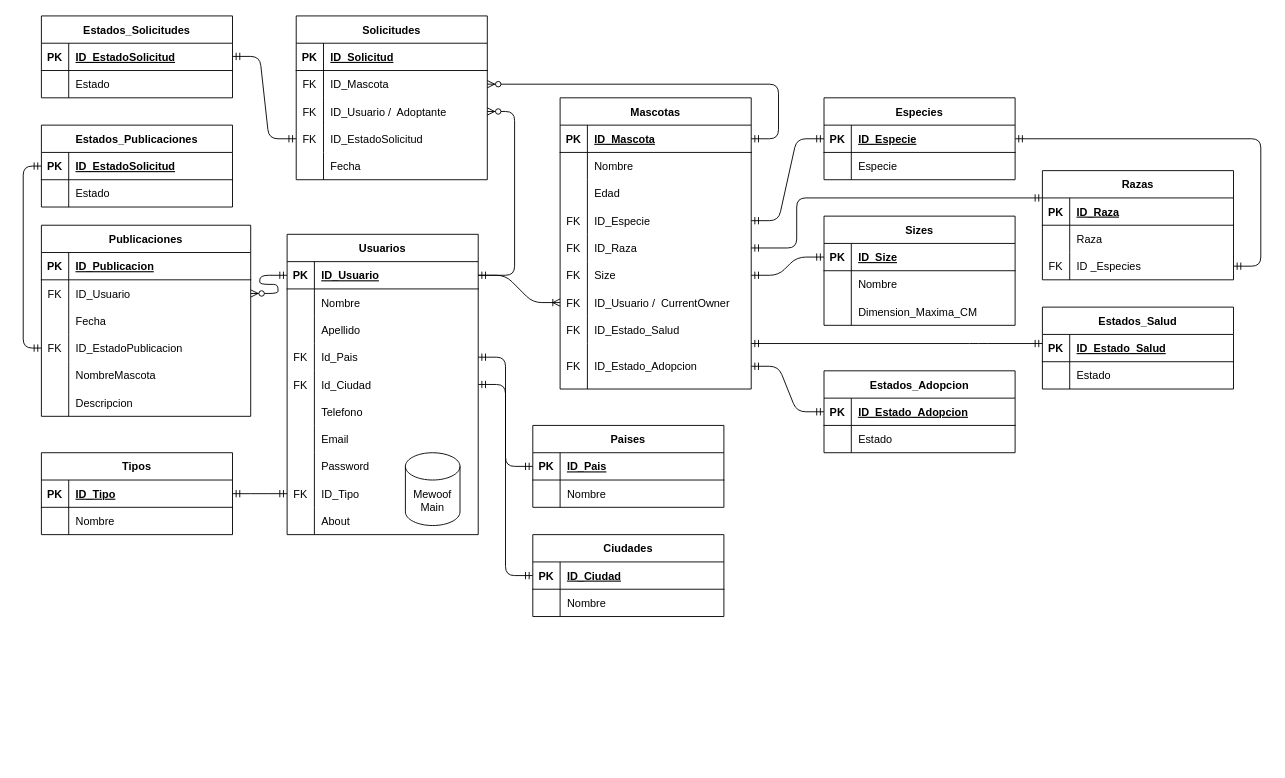
Above: modeloBD.drawio in StevenMendezV/mewoof-database (draw.io), before the change. Source tidied: cells renumbered, new cells numbered last; positions are measured from the earlier drawing's top-left corner, leaving out a move shared by most shapes. Both pictures are drawn from the tidied source at 91%, with x=0, y=0 at pixel (23, 15).
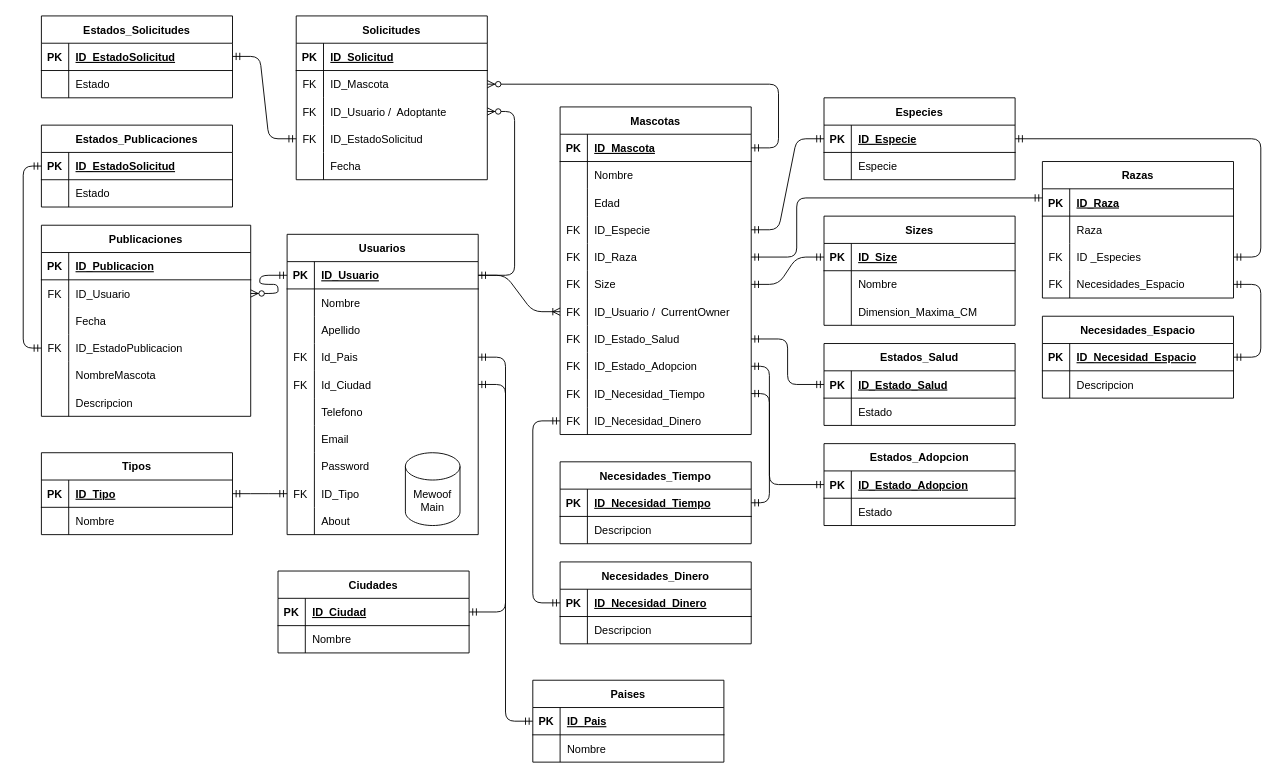
The same diagram, later.

Commit message:
Ajuste en modelo BD

Unchanged cells that the change refers to:
```xml
<mxCell id="55" style="shape=tableRow;horizontal=0;startSize=0;swimlaneHead=0;swimlaneBody=0;fillColor=none;points=[[0,0.5],[1,0.5]];portConstraint=eastwest;top=0;left=0;right=0;bottom=0;" parent="33" vertex="1">
  <mxGeometry y="240" width="210" height="30" as="geometry" />
</mxCell>
<mxCell id="119" style="shape=tableRow;horizontal=0;startSize=0;swimlaneHead=0;swimlaneBody=0;fillColor=none;points=[[0,0.5],[1,0.5]];portConstraint=eastwest;top=0;left=0;right=0;bottom=1;" parent="118" vertex="1">
  <mxGeometry y="30" width="210" height="30" as="geometry" />
</mxCell>
<mxCell id="126" style="shape=tableRow;horizontal=0;startSize=0;swimlaneHead=0;swimlaneBody=0;fillColor=none;points=[[0,0.5],[1,0.5]];portConstraint=eastwest;top=0;left=0;right=0;bottom=1;" parent="125" vertex="1">
  <mxGeometry y="30" width="210" height="30" as="geometry" />
</mxCell>
```

Change to the diagram source:
```diff
@@
     <mxCell id="33" value="Mascotas" style="shape=table;startSize=30;childLayout=tableLayout;rowLines=0;fontStyle=1;align=center;" parent="1" vertex="1">
-      <mxGeometry x="590" y="90" width="210" height="320" as="geometry" />
+      <mxGeometry x="590" y="100" width="210" height="360" as="geometry" />
     </mxCell>
@@
     <mxCell id="58" style="shape=tableRow;horizontal=0;startSize=0;swimlaneHead=0;swimlaneBody=0;fillColor=none;points=[[0,0.5],[1,0.5]];portConstraint=eastwest;top=0;left=0;right=0;bottom=0;" parent="33" vertex="1">
-      <mxGeometry y="270" width="210" height="50" as="geometry" />
+      <mxGeometry y="270" width="210" height="30" as="geometry" />
     </mxCell>
     <mxCell id="59" value="FK" style="shape=partialRectangle;fillColor=none;top=0;left=0;bottom=0;right=0;overflow=hidden;" parent="58" vertex="1">
-      <mxGeometry width="30" height="50" as="geometry" />
+      <mxGeometry width="30" height="30" as="geometry" />
     </mxCell>
     <mxCell id="60" value="ID_Estado_Adopcion" style="shape=partialRectangle;fillColor=none;top=0;left=0;bottom=0;right=0;align=left;spacingLeft=6;overflow=hidden;" parent="58" vertex="1">
-      <mxGeometry x="30" width="180" height="50" as="geometry" />
+      <mxGeometry x="30" width="180" height="30" as="geometry" />
     </mxCell>
+    <mxCell id="189" style="shape=tableRow;horizontal=0;startSize=0;swimlaneHead=0;swimlaneBody=0;fillColor=none;points=[[0,0.5],[1,0.5]];portConstraint=eastwest;top=0;left=0;right=0;bottom=0;" parent="33" vertex="1">
+      <mxGeometry y="300" width="210" height="30" as="geometry" />
+    </mxCell>
+    <mxCell id="190" value="FK" style="shape=partialRectangle;fillColor=none;top=0;left=0;bottom=0;right=0;overflow=hidden;" parent="189" vertex="1">
+      <mxGeometry width="30" height="30" as="geometry" />
+    </mxCell>
+    <mxCell id="191" value="ID_Necesidad_Tiempo" style="shape=partialRectangle;fillColor=none;top=0;left=0;bottom=0;right=0;align=left;spacingLeft=6;overflow=hidden;" parent="189" vertex="1">
+      <mxGeometry x="30" width="180" height="30" as="geometry" />
+    </mxCell>
+    <mxCell id="192" style="shape=tableRow;horizontal=0;startSize=0;swimlaneHead=0;swimlaneBody=0;fillColor=none;points=[[0,0.5],[1,0.5]];portConstraint=eastwest;top=0;left=0;right=0;bottom=0;" parent="33" vertex="1">
+      <mxGeometry y="330" width="210" height="30" as="geometry" />
+    </mxCell>
+    <mxCell id="193" value="FK" style="shape=partialRectangle;fillColor=none;top=0;left=0;bottom=0;right=0;overflow=hidden;" parent="192" vertex="1">
+      <mxGeometry width="30" height="30" as="geometry" />
+    </mxCell>
+    <mxCell id="194" value="ID_Necesidad_Dinero" style="shape=partialRectangle;fillColor=none;top=0;left=0;bottom=0;right=0;align=left;spacingLeft=6;overflow=hidden;" parent="192" vertex="1">
+      <mxGeometry x="30" width="180" height="30" as="geometry" />
+    </mxCell>
@@
     <mxCell id="108" value="Razas" style="shape=table;startSize=30;childLayout=tableLayout;rowLines=0;fontStyle=1;align=center;" parent="1" vertex="1">
-      <mxGeometry x="1120" y="170" width="210" height="120" as="geometry" />
+      <mxGeometry x="1120" y="160" width="210" height="150" as="geometry" />
     </mxCell>
@@
+    <mxCell id="195" style="shape=tableRow;horizontal=0;startSize=0;swimlaneHead=0;swimlaneBody=0;fillColor=none;points=[[0,0.5],[1,0.5]];portConstraint=eastwest;top=0;left=0;right=0;bottom=0;" parent="108" vertex="1">
+      <mxGeometry y="120" width="210" height="30" as="geometry" />
+    </mxCell>
+    <mxCell id="196" value="FK" style="shape=partialRectangle;fillColor=none;top=0;left=0;bottom=0;right=0;overflow=hidden;" parent="195" vertex="1">
+      <mxGeometry width="30" height="30" as="geometry" />
+    </mxCell>
+    <mxCell id="197" value="Necesidades_Espacio" style="shape=partialRectangle;fillColor=none;top=0;left=0;bottom=0;right=0;align=left;spacingLeft=6;overflow=hidden;" parent="195" vertex="1">
+      <mxGeometry x="30" width="180" height="30" as="geometry" />
+    </mxCell>
     <mxCell id="118" value="Estados_Adopcion" style="shape=table;startSize=30;childLayout=tableLayout;rowLines=0;fontStyle=1;align=center;" parent="1" vertex="1">
-      <mxGeometry x="880" y="390" width="210" height="90" as="geometry" />
+      <mxGeometry x="880" y="470" width="210" height="90" as="geometry" />
     </mxCell>
@@
     <mxCell id="125" value="Estados_Salud" style="shape=table;startSize=30;childLayout=tableLayout;rowLines=0;fontStyle=1;align=center;" parent="1" vertex="1">
-      <mxGeometry x="1120" y="320" width="210" height="90" as="geometry" />
+      <mxGeometry x="880" y="360" width="210" height="90" as="geometry" />
     </mxCell>
@@
-    <mxCell id="135" style="edgeStyle=elbowEdgeStyle;fontSize=12;html=1;endArrow=ERmandOne;endFill=0;startArrow=ERmandOne;startFill=0;elbow=vertical;" parent="1" edge="1" source="126" target="55">
-      <mxGeometry relative="1" as="geometry">
-        <Array as="points">
-          <mxPoint x="1050" y="360" />
-          <mxPoint x="1060" y="370" />
-          <mxPoint x="870" y="360" />
-          <mxPoint x="920" y="365" />
-          <mxPoint x="1090" y="380" />
-          <mxPoint x="1160" y="450" />
-        </Array>
-      </mxGeometry>
+    <mxCell id="135" style="edgeStyle=elbowEdgeStyle;fontSize=12;html=1;endArrow=ERmandOne;endFill=0;startArrow=ERmandOne;startFill=0;" parent="1" edge="1" source="126" target="55">
+      <mxGeometry relative="1" as="geometry" />
     </mxCell>
-    <mxCell id="136" style="edgeStyle=entityRelationEdgeStyle;fontSize=12;html=1;endArrow=ERmandOne;endFill=0;startArrow=ERmandOne;startFill=0;" parent="1" edge="1" source="119" target="58">
-      <mxGeometry relative="1" as="geometry" />
+    <mxCell id="136" style="edgeStyle=elbowEdgeStyle;fontSize=12;html=1;endArrow=ERmandOne;endFill=0;startArrow=ERmandOne;startFill=0;" parent="1" edge="1" source="119" target="58">
+      <mxGeometry relative="1" as="geometry">
+        <Array as="points">
+          <mxPoint x="820" y="450" />
+        </Array>
+      </mxGeometry>
     </mxCell>
     <mxCell id="137" value="Paises" style="shape=table;startSize=30;childLayout=tableLayout;rowLines=0;fontStyle=1;align=center;" parent="1" vertex="1">
-      <mxGeometry x="560" y="450" width="210" height="90" as="geometry" />
+      <mxGeometry x="560" y="730" width="210" height="90" as="geometry" />
     </mxCell>
@@
     <mxCell id="145" value="Ciudades" style="shape=table;startSize=30;childLayout=tableLayout;rowLines=0;fontStyle=1;align=center;" parent="1" vertex="1">
-      <mxGeometry x="560" y="570" width="210" height="90" as="geometry" />
+      <mxGeometry x="280" y="610" width="210" height="90" as="geometry" />
     </mxCell>
@@
+    <mxCell id="198" value="Necesidades_Espacio" style="shape=table;startSize=30;childLayout=tableLayout;rowLines=0;fontStyle=1;align=center;" parent="1" vertex="1">
+      <mxGeometry x="1120" y="330" width="210" height="90" as="geometry" />
+    </mxCell>
+    <mxCell id="199" style="shape=tableRow;horizontal=0;startSize=0;swimlaneHead=0;swimlaneBody=0;fillColor=none;points=[[0,0.5],[1,0.5]];portConstraint=eastwest;top=0;left=0;right=0;bottom=1;" parent="198" vertex="1">
+      <mxGeometry y="30" width="210" height="30" as="geometry" />
+    </mxCell>
+    <mxCell id="200" value="PK" style="shape=partialRectangle;fillColor=none;top=0;left=0;bottom=0;right=0;fontStyle=1;overflow=hidden;" parent="199" vertex="1">
+      <mxGeometry width="30" height="30" as="geometry" />
+    </mxCell>
+    <mxCell id="201" value="ID_Necesidad_Espacio" style="shape=partialRectangle;fillColor=none;top=0;left=0;bottom=0;right=0;align=left;spacingLeft=6;fontStyle=5;overflow=hidden;" parent="199" vertex="1">
+      <mxGeometry x="30" width="180" height="30" as="geometry" />
+    </mxCell>
+    <mxCell id="202" style="shape=tableRow;horizontal=0;startSize=0;swimlaneHead=0;swimlaneBody=0;fillColor=none;top=0;left=0;right=0;bottom=0;" parent="198" vertex="1">
+      <mxGeometry y="60" width="210" height="30" as="geometry" />
+    </mxCell>
+    <mxCell id="203" style="shape=partialRectangle;fillColor=none;top=0;left=0;bottom=0;right=0;overflow=hidden;" parent="202" vertex="1">
+      <mxGeometry width="30" height="30" as="geometry" />
+    </mxCell>
+    <mxCell id="204" value="Descripcion" style="shape=partialRectangle;fillColor=none;top=0;left=0;bottom=0;right=0;align=left;spacingLeft=6;overflow=hidden;" parent="202" vertex="1">
+      <mxGeometry x="30" width="180" height="30" as="geometry" />
+    </mxCell>
+    <mxCell id="205" value="Necesidades_Dinero" style="shape=table;startSize=30;childLayout=tableLayout;rowLines=0;fontStyle=1;align=center;" parent="1" vertex="1">
+      <mxGeometry x="590" y="600" width="210" height="90" as="geometry" />
+    </mxCell>
+    <mxCell id="206" style="shape=tableRow;horizontal=0;startSize=0;swimlaneHead=0;swimlaneBody=0;fillColor=none;points=[[0,0.5],[1,0.5]];portConstraint=eastwest;top=0;left=0;right=0;bottom=1;" parent="205" vertex="1">
+      <mxGeometry y="30" width="210" height="30" as="geometry" />
+    </mxCell>
+    <mxCell id="207" value="PK" style="shape=partialRectangle;fillColor=none;top=0;left=0;bottom=0;right=0;fontStyle=1;overflow=hidden;" parent="206" vertex="1">
+      <mxGeometry width="30" height="30" as="geometry" />
+    </mxCell>
+    <mxCell id="208" value="ID_Necesidad_Dinero" style="shape=partialRectangle;fillColor=none;top=0;left=0;bottom=0;right=0;align=left;spacingLeft=6;fontStyle=5;overflow=hidden;" parent="206" vertex="1">
+      <mxGeometry x="30" width="180" height="30" as="geometry" />
+    </mxCell>
+    <mxCell id="209" style="shape=tableRow;horizontal=0;startSize=0;swimlaneHead=0;swimlaneBody=0;fillColor=none;top=0;left=0;right=0;bottom=0;" parent="205" vertex="1">
+      <mxGeometry y="60" width="210" height="30" as="geometry" />
+    </mxCell>
+    <mxCell id="210" style="shape=partialRectangle;fillColor=none;top=0;left=0;bottom=0;right=0;overflow=hidden;" parent="209" vertex="1">
+      <mxGeometry width="30" height="30" as="geometry" />
+    </mxCell>
+    <mxCell id="211" value="Descripcion" style="shape=partialRectangle;fillColor=none;top=0;left=0;bottom=0;right=0;align=left;spacingLeft=6;overflow=hidden;" parent="209" vertex="1">
+      <mxGeometry x="30" width="180" height="30" as="geometry" />
+    </mxCell>
+    <mxCell id="212" value="Necesidades_Tiempo" style="shape=table;startSize=30;childLayout=tableLayout;rowLines=0;fontStyle=1;align=center;" parent="1" vertex="1">
+      <mxGeometry x="590" y="490" width="210" height="90" as="geometry" />
+    </mxCell>
+    <mxCell id="213" style="shape=tableRow;horizontal=0;startSize=0;swimlaneHead=0;swimlaneBody=0;fillColor=none;points=[[0,0.5],[1,0.5]];portConstraint=eastwest;top=0;left=0;right=0;bottom=1;" parent="212" vertex="1">
+      <mxGeometry y="30" width="210" height="30" as="geometry" />
+    </mxCell>
+    <mxCell id="214" value="PK" style="shape=partialRectangle;fillColor=none;top=0;left=0;bottom=0;right=0;fontStyle=1;overflow=hidden;" parent="213" vertex="1">
+      <mxGeometry width="30" height="30" as="geometry" />
+    </mxCell>
+    <mxCell id="215" value="ID_Necesidad_Tiempo" style="shape=partialRectangle;fillColor=none;top=0;left=0;bottom=0;right=0;align=left;spacingLeft=6;fontStyle=5;overflow=hidden;" parent="213" vertex="1">
+      <mxGeometry x="30" width="180" height="30" as="geometry" />
+    </mxCell>
+    <mxCell id="216" style="shape=tableRow;horizontal=0;startSize=0;swimlaneHead=0;swimlaneBody=0;fillColor=none;top=0;left=0;right=0;bottom=0;" parent="212" vertex="1">
+      <mxGeometry y="60" width="210" height="30" as="geometry" />
+    </mxCell>
+    <mxCell id="217" style="shape=partialRectangle;fillColor=none;top=0;left=0;bottom=0;right=0;overflow=hidden;" parent="216" vertex="1">
+      <mxGeometry width="30" height="30" as="geometry" />
+    </mxCell>
+    <mxCell id="218" value="Descripcion" style="shape=partialRectangle;fillColor=none;top=0;left=0;bottom=0;right=0;align=left;spacingLeft=6;overflow=hidden;" parent="216" vertex="1">
+      <mxGeometry x="30" width="180" height="30" as="geometry" />
+    </mxCell>
+    <mxCell id="219" style="edgeStyle=elbowEdgeStyle;fontSize=12;html=1;endArrow=ERmandOne;endFill=0;startArrow=ERmandOne;startFill=0;" parent="1" edge="1" source="213" target="189">
+      <mxGeometry relative="1" as="geometry">
+        <Array as="points">
+          <mxPoint x="820" y="480" />
+        </Array>
+      </mxGeometry>
+    </mxCell>
+    <mxCell id="220" style="shape=tableRow;horizontal=0;startSize=0;swimlaneHead=0;swimlaneBody=0;fillColor=none;top=0;left=0;right=0;bottom=0;" parent="1" vertex="1">
+      <mxGeometry x="570" y="440" width="210" height="30" as="geometry" />
+    </mxCell>
+    <mxCell id="221" style="edgeStyle=elbowEdgeStyle;fontSize=12;html=1;endArrow=ERmandOne;endFill=0;startArrow=ERmandOne;startFill=0;elbow=vertical;" parent="1" edge="1" source="206" target="192">
+      <mxGeometry relative="1" as="geometry">
+        <Array as="points">
+          <mxPoint x="560" y="540" />
+        </Array>
+      </mxGeometry>
+    </mxCell>
+    <mxCell id="222" style="edgeStyle=entityRelationEdgeStyle;fontSize=12;html=1;endArrow=ERmandOne;endFill=0;startArrow=ERmandOne;startFill=0;" parent="1" edge="1" source="195" target="199">
+      <mxGeometry relative="1" as="geometry" />
+    </mxCell>
```
